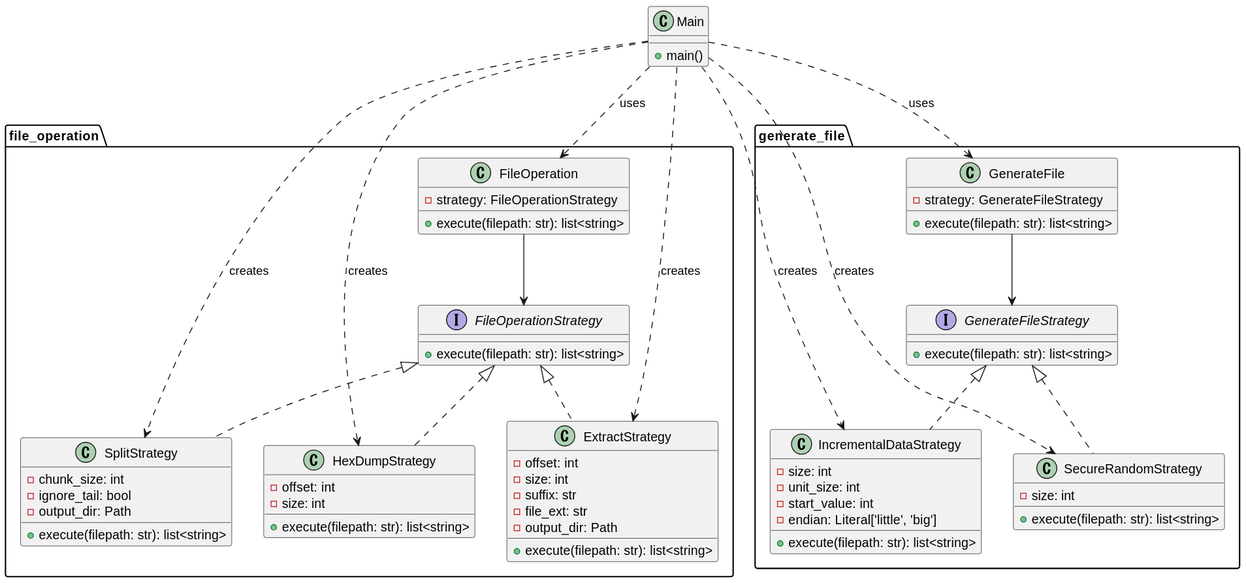
This is binary_file_tool/doc/class/main.svg from hiromaru8/Python, a PlantUML export, as it was before one commit. The source it was exported from:
```plantuml
@startuml
!include file_operation.puml
!include generate_file.puml

class Main {
    +main()
}

Main ..> FileOperation : uses
Main ..> GenerateFile : uses
Main ..> SplitStrategy : creates
Main ..> ExtractStrategy : creates
Main ..> HexDumpStrategy : creates
Main ..> IncrementalDataStrategy : creates
Main ..> SecureRandomStrategy : creates
@enduml
```
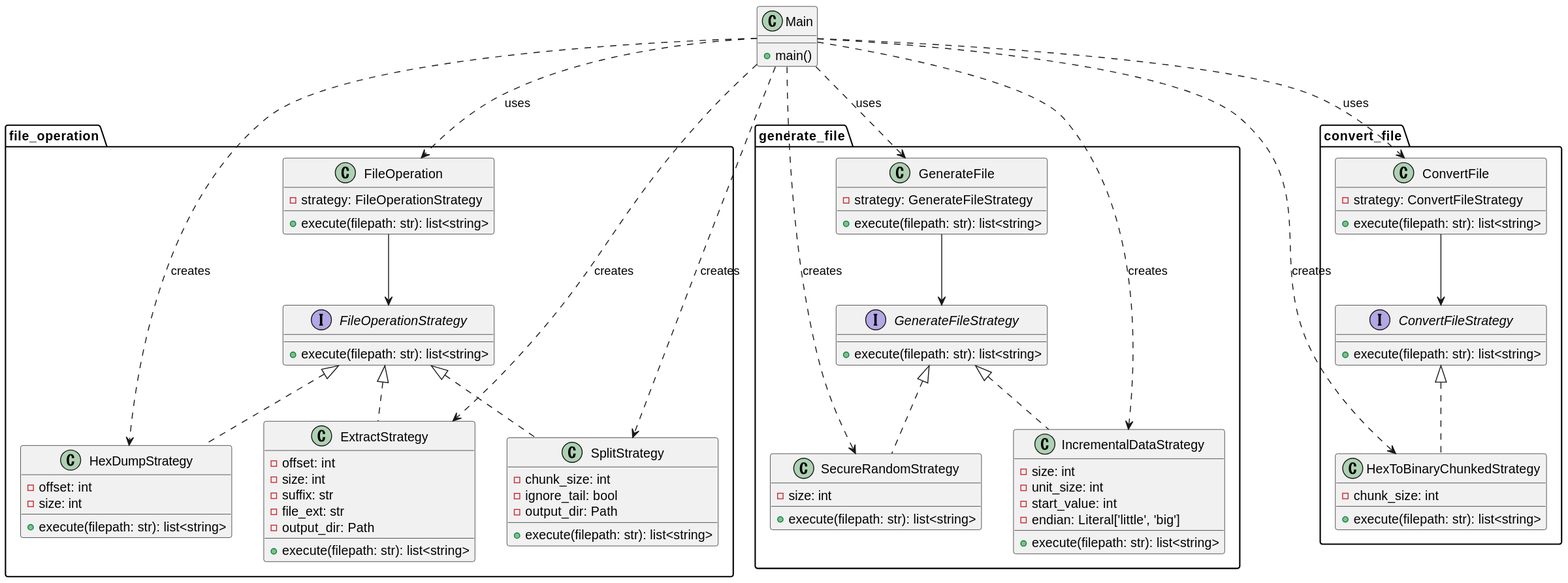
The same diagram one commit later.

What changed in the source:
```diff
@@ -1,16 +1,21 @@
 @startuml
 !include file_operation.puml
 !include generate_file.puml
+!include convert_file.puml
 
 class Main {
     +main()
 }
 
 Main ..> FileOperation : uses
-Main ..> GenerateFile : uses
 Main ..> SplitStrategy : creates
 Main ..> ExtractStrategy : creates
 Main ..> HexDumpStrategy : creates
+
+Main ..> GenerateFile : uses
 Main ..> IncrementalDataStrategy : creates
 Main ..> SecureRandomStrategy : creates
+
+Main ..> ConvertFile : uses
+Main ..> HexToBinaryChunkedStrategy : creates
 @enduml
```
